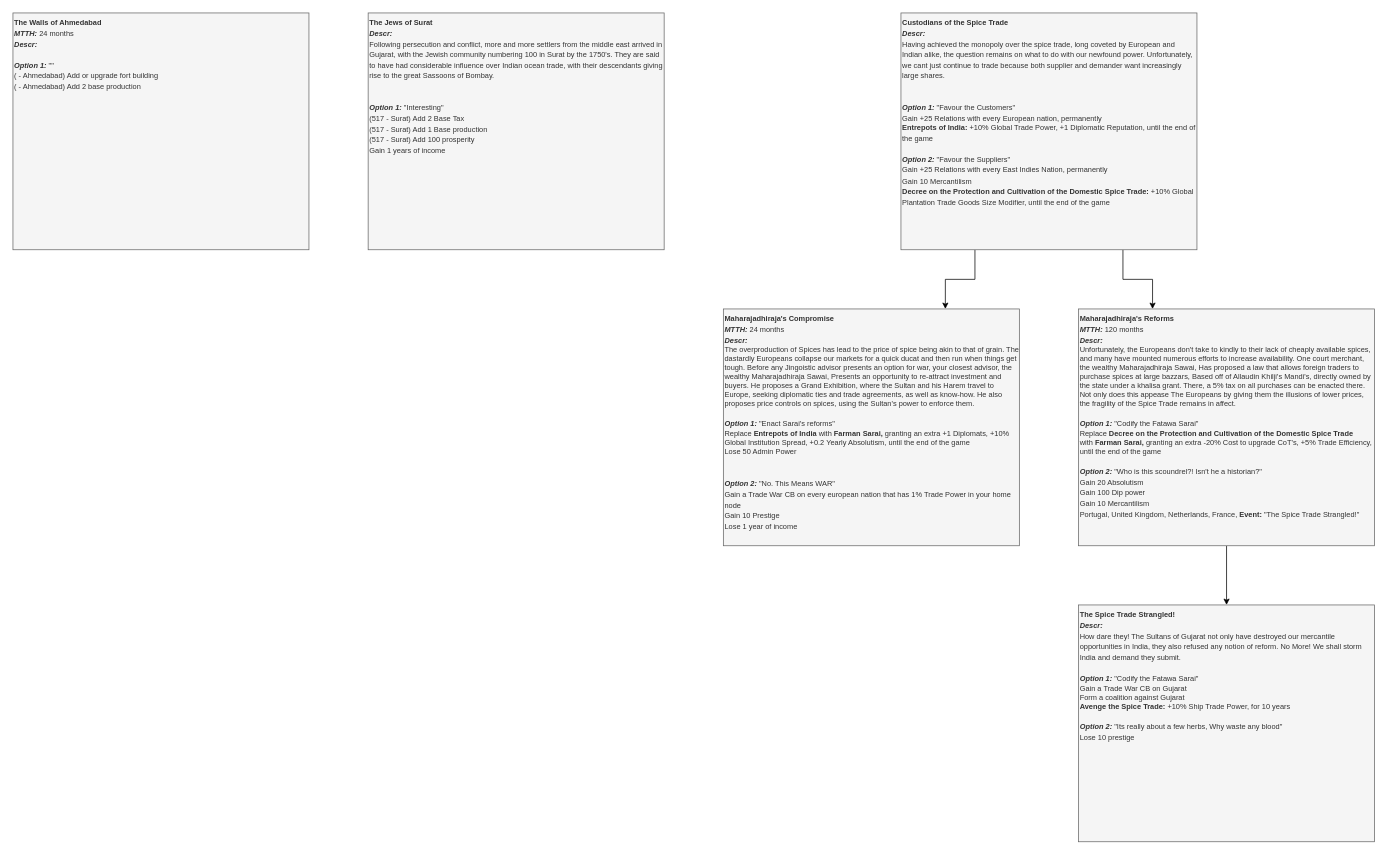
This is page "Gujarat - Events" (8 of 11) of India Content.drawio from Ginger-Sod/Innocent-Eu4-mod, a draw.io file, before an edit. Source tidied: cells renumbered, new cells numbered last; positions are measured from the earlier drawing's top-left corner, leaving out a move shared by most shapes. Both pictures are drawn from the tidied source at 74%, with x=0, y=0 at pixel (13, 13).
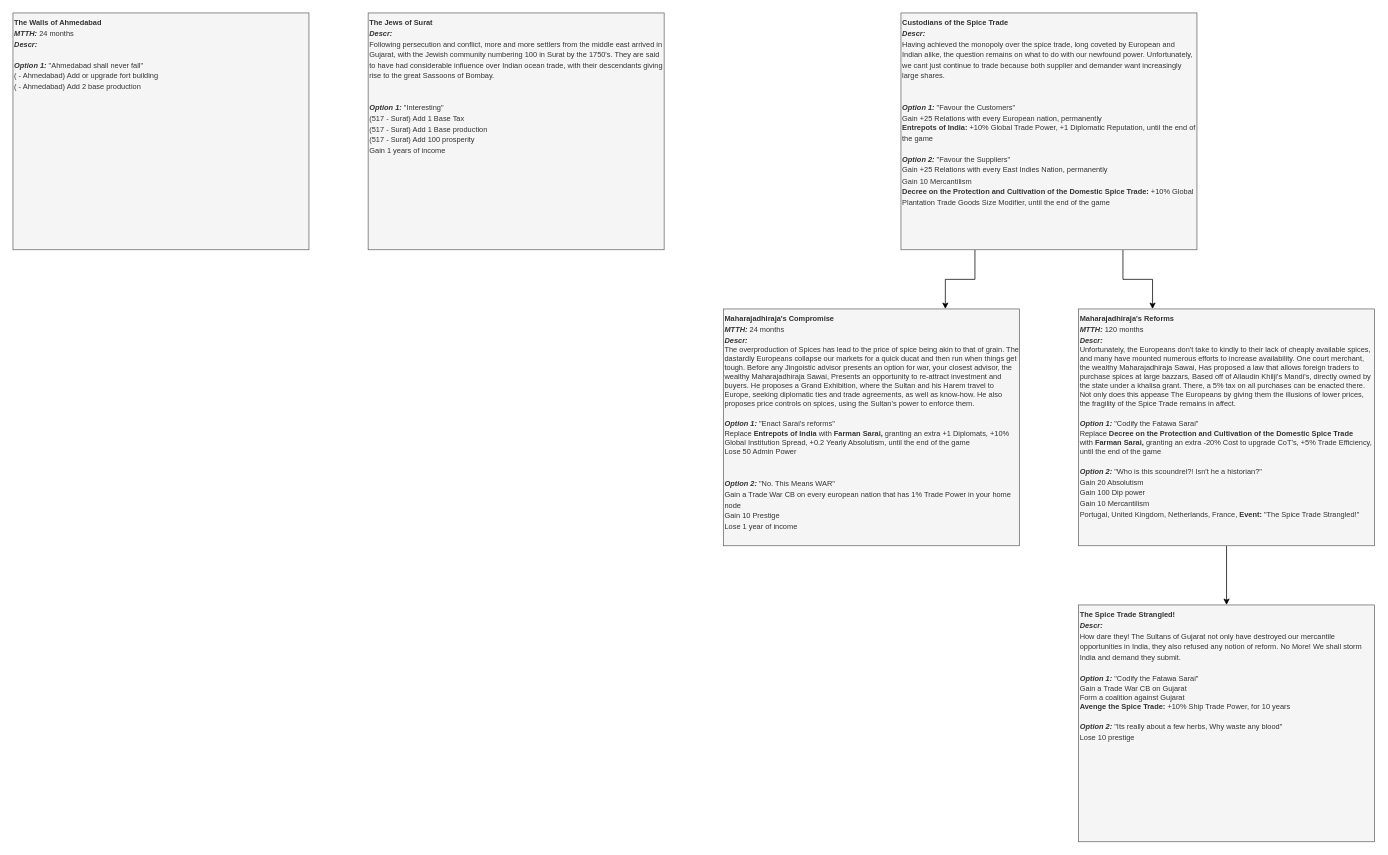
The same page after the edit.

Diff of the diagram source:
```diff
@@
 <mxGraphModel>
   <root>
     <mxCell id="0" />
     <mxCell id="1" parent="0" />
-    <mxCell id="2" value="&lt;div style=&quot;font-size: 10px ; line-height: 14.4px&quot;&gt;&lt;span style=&quot;line-height: 14.4px ; font-size: 10px&quot;&gt;&lt;span style=&quot;font-weight: bold&quot;&gt;The Walls of Ahmedabad&lt;/span&gt;&lt;/span&gt;&lt;/div&gt;&lt;div style=&quot;font-size: 10px ; line-height: 14.4px&quot;&gt;&lt;i style=&quot;font-weight: bold&quot;&gt;MTTH: &lt;/i&gt;&lt;span&gt;24 months&lt;/span&gt;&lt;/div&gt;&lt;div style=&quot;font-size: 10px ; line-height: 14.4px&quot;&gt;&lt;span style=&quot;line-height: 14.4px ; font-size: 10px&quot;&gt;&lt;b style=&quot;font-size: 10px&quot;&gt;&lt;i style=&quot;font-size: 10px&quot;&gt;Descr:&lt;/i&gt;&lt;/b&gt;&lt;/span&gt;&lt;/div&gt;&lt;div style=&quot;line-height: 14.4px&quot;&gt;&lt;br&gt;&lt;/div&gt;&lt;div style=&quot;line-height: 14.4px&quot;&gt;&lt;font&gt;&lt;span style=&quot;font-size: 10px&quot;&gt;&lt;span style=&quot;font-size: 10px&quot;&gt;&lt;b style=&quot;font-style: italic&quot;&gt;Option 1: &lt;/b&gt;&quot;&quot;&lt;br&gt;&lt;/span&gt;&lt;/span&gt;&lt;/font&gt;&lt;/div&gt;&lt;div style=&quot;line-height: 14.4px&quot;&gt;&lt;font&gt;&lt;span style=&quot;font-size: 10px&quot;&gt;&lt;span style=&quot;font-size: 10px&quot;&gt;( - Ahmedabad) Add or upgrade fort building&lt;/span&gt;&lt;/span&gt;&lt;/font&gt;&lt;/div&gt;&lt;div style=&quot;line-height: 14.4px&quot;&gt;&lt;font&gt;&lt;span style=&quot;font-size: 10px&quot;&gt;&lt;span style=&quot;font-size: 10px&quot;&gt;( - Ahmedabad) Add 2 base production&lt;/span&gt;&lt;/span&gt;&lt;/font&gt;&lt;/div&gt;" style="whiteSpace=wrap;html=1;fontSize=10;align=left;verticalAlign=top;fillColor=#f5f5f5;strokeColor=#666666;fontColor=#333333;" parent="1" vertex="1">
+    <mxCell id="2" value="&lt;div style=&quot;font-size: 10px ; line-height: 14.4px&quot;&gt;&lt;span style=&quot;line-height: 14.4px ; font-size: 10px&quot;&gt;&lt;span style=&quot;font-weight: bold&quot;&gt;The Walls of Ahmedabad&lt;/span&gt;&lt;/span&gt;&lt;/div&gt;&lt;div style=&quot;font-size: 10px ; line-height: 14.4px&quot;&gt;&lt;i style=&quot;font-weight: bold&quot;&gt;MTTH: &lt;/i&gt;&lt;span&gt;24 months&lt;/span&gt;&lt;/div&gt;&lt;div style=&quot;font-size: 10px ; line-height: 14.4px&quot;&gt;&lt;span style=&quot;line-height: 14.4px ; font-size: 10px&quot;&gt;&lt;b style=&quot;font-size: 10px&quot;&gt;&lt;i style=&quot;font-size: 10px&quot;&gt;Descr:&lt;/i&gt;&lt;/b&gt;&lt;/span&gt;&lt;/div&gt;&lt;div style=&quot;line-height: 14.4px&quot;&gt;&lt;br&gt;&lt;/div&gt;&lt;div style=&quot;line-height: 14.4px&quot;&gt;&lt;font&gt;&lt;span style=&quot;font-size: 10px&quot;&gt;&lt;span style=&quot;font-size: 10px&quot;&gt;&lt;b style=&quot;font-style: italic&quot;&gt;Option 1: &lt;/b&gt;&quot;Ahmedabad shall never fall&quot;&lt;br&gt;&lt;/span&gt;&lt;/span&gt;&lt;/font&gt;&lt;/div&gt;&lt;div style=&quot;line-height: 14.4px&quot;&gt;&lt;font&gt;&lt;span style=&quot;font-size: 10px&quot;&gt;&lt;span style=&quot;font-size: 10px&quot;&gt;( - Ahmedabad) Add or upgrade fort building&lt;/span&gt;&lt;/span&gt;&lt;/font&gt;&lt;/div&gt;&lt;div style=&quot;line-height: 14.4px&quot;&gt;&lt;font&gt;&lt;span style=&quot;font-size: 10px&quot;&gt;&lt;span style=&quot;font-size: 10px&quot;&gt;( - Ahmedabad) Add 2 base production&lt;/span&gt;&lt;/span&gt;&lt;/font&gt;&lt;/div&gt;" style="whiteSpace=wrap;html=1;fontSize=10;align=left;verticalAlign=top;fillColor=#f5f5f5;strokeColor=#666666;fontColor=#333333;" parent="1" vertex="1">
       <mxGeometry width="400" height="320" as="geometry" />
     </mxCell>
-    <mxCell id="3" value="&lt;div style=&quot;font-size: 10px ; line-height: 14.4px&quot;&gt;&lt;span style=&quot;line-height: 14.4px ; font-size: 10px&quot;&gt;&lt;span style=&quot;font-weight: bold&quot;&gt;The Jews of Surat&lt;/span&gt;&lt;/span&gt;&lt;/div&gt;&lt;div style=&quot;font-size: 10px ; line-height: 14.4px&quot;&gt;&lt;b&gt;&lt;i&gt;Descr:&lt;/i&gt;&lt;/b&gt;&lt;/div&gt;&lt;div style=&quot;font-size: 10px ; line-height: 14.4px&quot;&gt;Following persecution and conflict, more and more settlers from the middle east arrived in Gujarat, with the Jewish community numbering 100 in Surat by the 1750's. They are said to have had considerable influence over Indian ocean trade, with their descendants giving rise to the great Sassoons of Bombay.&lt;/div&gt;&lt;div style=&quot;line-height: 14.4px&quot;&gt;&lt;br&gt;&lt;/div&gt;&lt;div style=&quot;line-height: 14.4px&quot;&gt;&lt;font&gt;&lt;b style=&quot;font-size: 10px&quot;&gt;&lt;i style=&quot;font-size: 10px&quot;&gt;&lt;br&gt;&lt;/i&gt;&lt;/b&gt;&lt;/font&gt;&lt;/div&gt;&lt;div style=&quot;line-height: 14.4px&quot;&gt;&lt;font&gt;&lt;span style=&quot;font-size: 10px&quot;&gt;&lt;span style=&quot;font-size: 10px&quot;&gt;&lt;b style=&quot;font-style: italic&quot;&gt;Option 1: &lt;/b&gt;&quot;Interesting&quot;&lt;br&gt;&lt;/span&gt;&lt;/span&gt;&lt;/font&gt;&lt;/div&gt;&lt;div style=&quot;line-height: 14.4px&quot;&gt;&lt;font&gt;&lt;span style=&quot;font-size: 10px&quot;&gt;&lt;span style=&quot;font-size: 10px&quot;&gt;(517 - Surat) Add 2 Base Tax&lt;/span&gt;&lt;/span&gt;&lt;/font&gt;&lt;/div&gt;&lt;div style=&quot;line-height: 14.4px&quot;&gt;&lt;font&gt;(517 - Surat) Add 1 Base production&lt;span style=&quot;font-size: 10px&quot;&gt;&lt;span style=&quot;font-size: 10px&quot;&gt;&lt;br&gt;&lt;/span&gt;&lt;/span&gt;&lt;/font&gt;&lt;/div&gt;&lt;div style=&quot;line-height: 14.4px&quot;&gt;&lt;font&gt;(517 - Surat) Add 100 prosperity&lt;br&gt;&lt;/font&gt;&lt;/div&gt;&lt;div style=&quot;line-height: 14.4px&quot;&gt;&lt;font&gt;Gain 1 years of income&lt;/font&gt;&lt;/div&gt;" style="whiteSpace=wrap;html=1;fontSize=10;align=left;verticalAlign=top;fillColor=#f5f5f5;strokeColor=#666666;fontColor=#333333;" parent="1" vertex="1">
+    <mxCell id="3" value="&lt;div style=&quot;font-size: 10px ; line-height: 14.4px&quot;&gt;&lt;span style=&quot;line-height: 14.4px ; font-size: 10px&quot;&gt;&lt;span style=&quot;font-weight: bold&quot;&gt;The Jews of Surat&lt;/span&gt;&lt;/span&gt;&lt;/div&gt;&lt;div style=&quot;font-size: 10px ; line-height: 14.4px&quot;&gt;&lt;b&gt;&lt;i&gt;Descr:&lt;/i&gt;&lt;/b&gt;&lt;/div&gt;&lt;div style=&quot;font-size: 10px ; line-height: 14.4px&quot;&gt;Following persecution and conflict, more and more settlers from the middle east arrived in Gujarat, with the Jewish community numbering 100 in Surat by the 1750's. They are said to have had considerable influence over Indian ocean trade, with their descendants giving rise to the great Sassoons of Bombay.&lt;/div&gt;&lt;div style=&quot;line-height: 14.4px&quot;&gt;&lt;br&gt;&lt;/div&gt;&lt;div style=&quot;line-height: 14.4px&quot;&gt;&lt;font&gt;&lt;b style=&quot;font-size: 10px&quot;&gt;&lt;i style=&quot;font-size: 10px&quot;&gt;&lt;br&gt;&lt;/i&gt;&lt;/b&gt;&lt;/font&gt;&lt;/div&gt;&lt;div style=&quot;line-height: 14.4px&quot;&gt;&lt;font&gt;&lt;span style=&quot;font-size: 10px&quot;&gt;&lt;span style=&quot;font-size: 10px&quot;&gt;&lt;b style=&quot;font-style: italic&quot;&gt;Option 1: &lt;/b&gt;&quot;Interesting&quot;&lt;br&gt;&lt;/span&gt;&lt;/span&gt;&lt;/font&gt;&lt;/div&gt;&lt;div style=&quot;line-height: 14.4px&quot;&gt;&lt;font&gt;&lt;span style=&quot;font-size: 10px&quot;&gt;&lt;span style=&quot;font-size: 10px&quot;&gt;(517 - Surat) Add 1 Base Tax&lt;/span&gt;&lt;/span&gt;&lt;/font&gt;&lt;/div&gt;&lt;div style=&quot;line-height: 14.4px&quot;&gt;&lt;font&gt;(517 - Surat) Add 1 Base production&lt;span style=&quot;font-size: 10px&quot;&gt;&lt;span style=&quot;font-size: 10px&quot;&gt;&lt;br&gt;&lt;/span&gt;&lt;/span&gt;&lt;/font&gt;&lt;/div&gt;&lt;div style=&quot;line-height: 14.4px&quot;&gt;&lt;font&gt;(517 - Surat) Add 100 prosperity&lt;br&gt;&lt;/font&gt;&lt;/div&gt;&lt;div style=&quot;line-height: 14.4px&quot;&gt;&lt;font&gt;Gain 1 years of income&lt;/font&gt;&lt;/div&gt;" style="whiteSpace=wrap;html=1;fontSize=10;align=left;verticalAlign=top;fillColor=#f5f5f5;strokeColor=#666666;fontColor=#333333;" parent="1" vertex="1">
       <mxGeometry x="480" width="400" height="320" as="geometry" />
     </mxCell>
     <mxCell id="4" style="edgeStyle=orthogonalEdgeStyle;rounded=0;jettySize=auto;html=1;exitX=0.25;exitY=1;exitDx=0;exitDy=0;entryX=0.75;entryY=0;entryDx=0;entryDy=0;" parent="1" edge="1" source="6" target="7">
       <mxGeometry relative="1" as="geometry" />
     </mxCell>
     <mxCell id="5" style="edgeStyle=orthogonalEdgeStyle;rounded=0;jettySize=auto;html=1;exitX=0.75;exitY=1;exitDx=0;exitDy=0;entryX=0.25;entryY=0;entryDx=0;entryDy=0;" parent="1" edge="1" source="6" target="9">
       <mxGeometry relative="1" as="geometry" />
     </mxCell>
     <mxCell id="6" value="&lt;div style=&quot;font-size: 10px ; line-height: 14.4px&quot;&gt;&lt;span style=&quot;font-weight: bold&quot;&gt;Custodians of the Spice Trade&lt;/span&gt;&lt;/div&gt;&lt;div style=&quot;font-size: 10px ; line-height: 14.4px&quot;&gt;&lt;span style=&quot;line-height: 14.4px ; font-size: 10px&quot;&gt;&lt;b style=&quot;font-size: 10px&quot;&gt;&lt;i style=&quot;font-size: 10px&quot;&gt;Descr:&lt;/i&gt;&lt;/b&gt;&lt;/span&gt;&lt;/div&gt;&lt;div style=&quot;font-size: 10px ; line-height: 14.4px&quot;&gt;Having achieved the monopoly over the spice trade, long coveted by European and Indian alike, the question remains on what to do with our newfound power. Unfortunately, we cant just continue to trade because both supplier and demander want increasingly large shares.&lt;/div&gt;&lt;div style=&quot;line-height: 14.4px&quot;&gt;&lt;br&gt;&lt;/div&gt;&lt;div style=&quot;line-height: 14.4px&quot;&gt;&lt;font&gt;&lt;b style=&quot;font-size: 10px&quot;&gt;&lt;i style=&quot;font-size: 10px&quot;&gt;&lt;br&gt;&lt;/i&gt;&lt;/b&gt;&lt;/font&gt;&lt;/div&gt;&lt;div style=&quot;line-height: 14.4px&quot;&gt;&lt;font&gt;&lt;span style=&quot;font-size: 10px&quot;&gt;&lt;span style=&quot;font-size: 10px&quot;&gt;&lt;b style=&quot;font-style: italic&quot;&gt;Option 1: &lt;/b&gt;&quot;Favour the Customers&quot;&lt;/span&gt;&lt;/span&gt;&lt;/font&gt;&lt;/div&gt;Gain +25 Relations with every European nation, permanently&lt;div style=&quot;line-height: 14.4px&quot;&gt;&lt;b&gt;Entrepots of India: &lt;/b&gt;+10% Global Trade Power, +1 Diplomatic Reputation, until the end of the game&lt;/div&gt;&lt;div style=&quot;line-height: 14.4px&quot;&gt;&lt;br&gt;&lt;/div&gt;&lt;div style=&quot;line-height: 14.4px&quot;&gt;&lt;i style=&quot;font-weight: bold&quot;&gt;Option 2: &lt;/i&gt;&quot;Favour the Suppliers&quot;&lt;/div&gt;&lt;div style=&quot;line-height: 14.4px&quot;&gt;Gain +25 Relations with every East Indies Nation, permanently&lt;/div&gt;&lt;div style=&quot;line-height: 14.4px&quot;&gt;Gain 10 Mercantilism&lt;/div&gt;&lt;div style=&quot;line-height: 14.4px&quot;&gt;&lt;b&gt;Decree on the Protection and Cultivation of the Domestic Spice Trade: &lt;/b&gt;+10% Global Plantation Trade Goods Size Modifier, until the end of the game&lt;/div&gt;" style="whiteSpace=wrap;html=1;fontSize=10;align=left;verticalAlign=top;fillColor=#f5f5f5;strokeColor=#666666;fontColor=#333333;" parent="1" vertex="1">
       <mxGeometry x="1200" width="400" height="320" as="geometry" />
     </mxCell>
     <mxCell id="7" value="&lt;div style=&quot;font-size: 10px ; line-height: 14.4px&quot;&gt;&lt;b&gt;Maharajadhiraja's Compromise&lt;/b&gt;&lt;br&gt;&lt;/div&gt;&lt;div style=&quot;font-size: 10px ; line-height: 14.4px&quot;&gt;&lt;i style=&quot;font-weight: bold&quot;&gt;MTTH: &lt;/i&gt;&lt;span&gt;24 months&lt;/span&gt;&lt;br&gt;&lt;/div&gt;&lt;div style=&quot;font-size: 10px ; line-height: 14.4px&quot;&gt;&lt;span style=&quot;line-height: 14.4px ; font-size: 10px&quot;&gt;&lt;b style=&quot;font-size: 10px&quot;&gt;&lt;i style=&quot;font-size: 10px&quot;&gt;Descr:&lt;/i&gt;&lt;/b&gt;&lt;/span&gt;&lt;/div&gt;The overproduction of Spices has lead to the price of spice being akin to that of grain. The dastardly Europeans collapse our markets for a quick ducat and then run when things get tough. Before any Jingoistic advisor presents an option for war, your closest advisor, the wealthy Maharajadhiraja Sawai, Presents an opportunity to re-attract investment and buyers. He proposes a Grand Exhibition, where the Sultan and his Harem travel to Europe, seeking diplomatic ties and trade agreements, as well as know-how. He also proposes price controls on spices, using the Sultan's power to enforce them.&lt;div style=&quot;line-height: 14.4px&quot;&gt;&lt;br&gt;&lt;/div&gt;&lt;div style=&quot;line-height: 14.4px&quot;&gt;&lt;font&gt;&lt;span style=&quot;font-size: 10px&quot;&gt;&lt;span style=&quot;font-size: 10px&quot;&gt;&lt;b style=&quot;font-style: italic&quot;&gt;Option 1: &lt;/b&gt;&quot;Enact Sarai's reforms&quot;&lt;/span&gt;&lt;/span&gt;&lt;/font&gt;&lt;/div&gt;Replace&amp;nbsp;&lt;b&gt;Entrepots of India&amp;nbsp;&lt;/b&gt;with&amp;nbsp;&lt;b&gt;Farman Sarai,&amp;nbsp;&lt;/b&gt;granting an extra +1 Diplomats, +10% Global Institution Spread, +0.2 Yearly Absolutism, until the end of the game&lt;br&gt;&lt;div style=&quot;line-height: 14.4px&quot;&gt;Lose 50 Admin Power&lt;/div&gt;&lt;div style=&quot;line-height: 14.4px&quot;&gt;&lt;br&gt;&lt;/div&gt;&lt;div style=&quot;line-height: 14.4px&quot;&gt;&lt;br&gt;&lt;/div&gt;&lt;div style=&quot;line-height: 14.4px&quot;&gt;&lt;i style=&quot;font-weight: bold&quot;&gt;Option 2: &lt;/i&gt;&quot;No. This Means WAR&quot;&lt;/div&gt;&lt;div style=&quot;line-height: 14.4px&quot;&gt;Gain a Trade War CB on every european nation that has 1% Trade Power in your home node&lt;/div&gt;&lt;div style=&quot;line-height: 14.4px&quot;&gt;Gain 10 Prestige&lt;/div&gt;&lt;div style=&quot;line-height: 14.4px&quot;&gt;Lose 1 year of income&lt;/div&gt;" style="whiteSpace=wrap;html=1;fontSize=10;align=left;verticalAlign=top;fillColor=#f5f5f5;strokeColor=#666666;fontColor=#333333;" parent="1" vertex="1">
       <mxGeometry x="960" y="400" width="400" height="320" as="geometry" />
     </mxCell>
     <mxCell id="8" style="edgeStyle=orthogonalEdgeStyle;rounded=0;jettySize=auto;html=1;" parent="1" edge="1" source="9" target="10">
       <mxGeometry relative="1" as="geometry" />
     </mxCell>
     <mxCell id="9" value="&lt;div style=&quot;font-size: 10px ; line-height: 14.4px&quot;&gt;&lt;b&gt;Maharajadhiraja's Reforms&lt;/b&gt;&lt;br&gt;&lt;/div&gt;&lt;div style=&quot;font-size: 10px ; line-height: 14.4px&quot;&gt;&lt;i style=&quot;font-weight: bold&quot;&gt;MTTH: &lt;/i&gt;&lt;span&gt;120 months&lt;/span&gt;&lt;br&gt;&lt;/div&gt;&lt;div style=&quot;font-size: 10px ; line-height: 14.4px&quot;&gt;&lt;span style=&quot;line-height: 14.4px ; font-size: 10px&quot;&gt;&lt;b style=&quot;font-size: 10px&quot;&gt;&lt;i style=&quot;font-size: 10px&quot;&gt;Descr:&lt;/i&gt;&lt;/b&gt;&lt;/span&gt;&lt;/div&gt;Unfortunately, the Europeans don't take to kindly to their lack of cheaply available spices, and many have mounted numerous efforts to increase availability. One court merchant, the wealthy Maharajadhiraja Sawai, Has proposed a law that allows foreign traders to purchase spices at large bazzars, Based off of Allaudin Khilji's Mandi's, directly owned by the state under a khalisa grant. There, a 5% tax on all purchases can be enacted there. Not only does this appease The Europeans by giving them the illusions of lower prices, the fragility of the Spice Trade remains in affect.&lt;div style=&quot;line-height: 14.4px&quot;&gt;&lt;br&gt;&lt;/div&gt;&lt;div style=&quot;line-height: 14.4px&quot;&gt;&lt;font&gt;&lt;span style=&quot;font-size: 10px&quot;&gt;&lt;span style=&quot;font-size: 10px&quot;&gt;&lt;b style=&quot;font-style: italic&quot;&gt;Option 1: &lt;/b&gt;&quot;Codify the Fatawa Sarai&quot;&lt;/span&gt;&lt;/span&gt;&lt;/font&gt;&lt;/div&gt;Replace&amp;nbsp;&lt;b&gt;Decree on the Protection and Cultivation of the Domestic Spice Trade &lt;/b&gt;with&amp;nbsp;&lt;b&gt;Farman&amp;nbsp;Sarai, &lt;/b&gt;&lt;span&gt;granting an extra&lt;/span&gt;&lt;b&gt;&amp;nbsp;&lt;/b&gt;&lt;span&gt;-20% Cost to upgrade CoT's, +5% Trade Efficiency, until the end of the game&lt;/span&gt;&lt;br&gt;&lt;div style=&quot;line-height: 14.4px&quot;&gt;&lt;br&gt;&lt;/div&gt;&lt;div style=&quot;line-height: 14.4px&quot;&gt;&lt;i style=&quot;font-weight: bold&quot;&gt;Option 2: &lt;/i&gt;&quot;Who is this scoundrel?! Isn't he a historian?&quot;&lt;/div&gt;&lt;div style=&quot;line-height: 14.4px&quot;&gt;Gain 20 Absolutism&lt;/div&gt;&lt;div style=&quot;line-height: 14.4px&quot;&gt;Gain 100 Dip power&lt;/div&gt;&lt;div style=&quot;line-height: 14.4px&quot;&gt;Gain 10 Mercantilism&lt;/div&gt;&lt;div style=&quot;line-height: 14.4px&quot;&gt;Portugal, United Kingdom, Netherlands, France, &lt;b&gt;Event: &lt;/b&gt;&quot;The Spice Trade Strangled!&quot;&lt;/div&gt;" style="whiteSpace=wrap;html=1;fontSize=10;align=left;verticalAlign=top;fillColor=#f5f5f5;strokeColor=#666666;fontColor=#333333;" parent="1" vertex="1">
       <mxGeometry x="1440" y="400" width="400" height="320" as="geometry" />
     </mxCell>
     <mxCell id="10" value="&lt;div style=&quot;font-size: 10px ; line-height: 14.4px&quot;&gt;&lt;b&gt;The Spice Trade Strangled!&lt;/b&gt;&lt;/div&gt;&lt;div style=&quot;font-size: 10px ; line-height: 14.4px&quot;&gt;&lt;span style=&quot;line-height: 14.4px ; font-size: 10px&quot;&gt;&lt;b style=&quot;font-size: 10px&quot;&gt;&lt;i style=&quot;font-size: 10px&quot;&gt;Descr:&lt;/i&gt;&lt;/b&gt;&lt;/span&gt;&lt;/div&gt;&lt;div style=&quot;font-size: 10px ; line-height: 14.4px&quot;&gt;How dare they! The Sultans of Gujarat not only have destroyed our mercantile opportunities in India, they also refused any notion of reform. No More! We shall storm India and demand they submit.&lt;/div&gt;&lt;div style=&quot;line-height: 14.4px&quot;&gt;&lt;br&gt;&lt;/div&gt;&lt;div style=&quot;line-height: 14.4px&quot;&gt;&lt;font&gt;&lt;span style=&quot;font-size: 10px&quot;&gt;&lt;span style=&quot;font-size: 10px&quot;&gt;&lt;b style=&quot;font-style: italic&quot;&gt;Option 1: &lt;/b&gt;&quot;Codify the Fatawa Sarai&quot;&lt;/span&gt;&lt;/span&gt;&lt;/font&gt;&lt;/div&gt;Gain a Trade War CB on Gujarat&lt;br&gt;Form a coalition against Gujarat&lt;br&gt;&lt;b&gt;Avenge the Spice Trade: &lt;/b&gt;+10% Ship Trade Power, for 10 years&lt;br&gt;&lt;div style=&quot;line-height: 14.4px&quot;&gt;&lt;br&gt;&lt;/div&gt;&lt;div style=&quot;line-height: 14.4px&quot;&gt;&lt;i style=&quot;font-weight: bold&quot;&gt;Option 2: &lt;/i&gt;&quot;Its really about a few herbs, Why waste any blood&quot;&lt;/div&gt;&lt;div style=&quot;line-height: 14.4px&quot;&gt;Lose 10 prestige&lt;/div&gt;" style="whiteSpace=wrap;html=1;fontSize=10;align=left;verticalAlign=top;fillColor=#f5f5f5;strokeColor=#666666;fontColor=#333333;" parent="1" vertex="1">
       <mxGeometry x="1440" y="800" width="400" height="320" as="geometry" />
     </mxCell>
   </root>
 </mxGraphModel>
```
